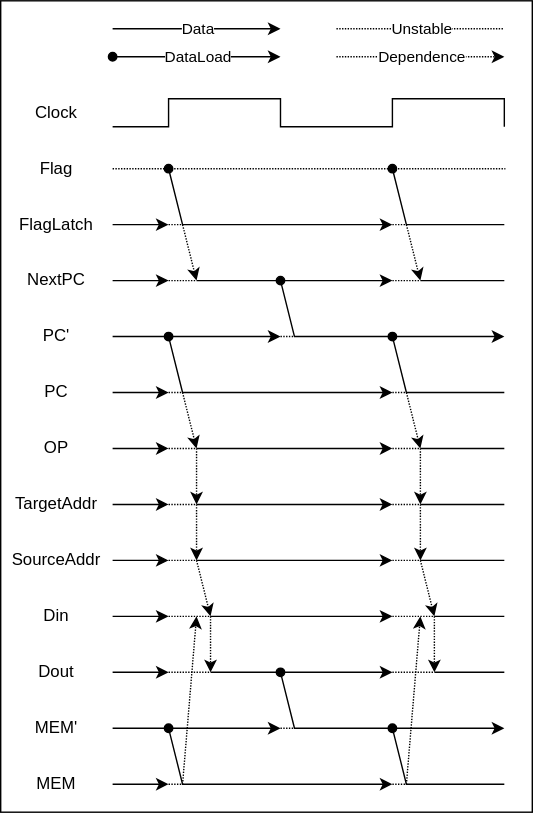
Above: RelayComputer/timing.drawio.svg in Next-MICON/Next-MOCON.github.io (draw.io), before the change. Source tidied: cells renumbered, new cells last; positions are measured from the earlier drawing's top-left corner, leaving out a move shared by most shapes.
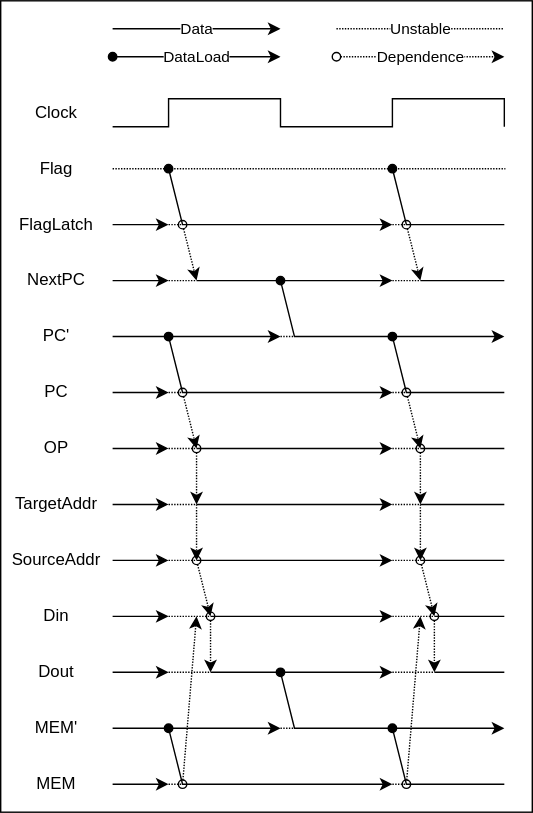
The same diagram one commit later.

Change to the diagram source:
```diff
@@ -179,13 +179,13 @@
         <mxPoint x="290" y="160" as="targetPoint" />
       </mxGeometry>
     </mxCell>
-    <mxCell id="33" style="endArrow=classic;html=1;dashed=1;dashPattern=1 1;" parent="1" edge="1">
+    <mxCell id="33" style="endArrow=classic;html=1;dashed=1;dashPattern=1 1;startArrow=oval;startFill=0;" parent="1" edge="1">
       <mxGeometry relative="1" as="geometry">
         <mxPoint x="130" y="160" as="sourcePoint" />
         <mxPoint x="140" y="200" as="targetPoint" />
       </mxGeometry>
     </mxCell>
-    <mxCell id="34" style="endArrow=classic;html=1;dashed=1;dashPattern=1 1;" parent="1" edge="1">
+    <mxCell id="34" style="endArrow=classic;html=1;dashed=1;dashPattern=1 1;startArrow=oval;startFill=0;" parent="1" edge="1">
       <mxGeometry relative="1" as="geometry">
         <mxPoint x="290" y="160" as="sourcePoint" />
         <mxPoint x="300" y="200" as="targetPoint" />
@@ -221,13 +221,13 @@
         <mxPoint x="300" y="320" as="targetPoint" />
       </mxGeometry>
     </mxCell>
-    <mxCell id="40" style="endArrow=classic;html=1;dashed=1;dashPattern=1 1;" parent="1" edge="1">
+    <mxCell id="40" style="endArrow=classic;html=1;dashed=1;dashPattern=1 1;startArrow=oval;startFill=0;" parent="1" edge="1">
       <mxGeometry relative="1" as="geometry">
         <mxPoint x="130" y="280" as="sourcePoint" />
         <mxPoint x="140" y="320" as="targetPoint" />
       </mxGeometry>
     </mxCell>
-    <mxCell id="41" style="endArrow=classic;html=1;dashed=1;dashPattern=1 1;" parent="1" edge="1">
+    <mxCell id="41" style="endArrow=classic;html=1;dashed=1;dashPattern=1 1;startArrow=oval;startFill=0;" parent="1" edge="1">
       <mxGeometry relative="1" as="geometry">
         <mxPoint x="290" y="280" as="sourcePoint" />
         <mxPoint x="300" y="320" as="targetPoint" />
@@ -272,13 +272,13 @@
         <mxPoint x="300" y="360" as="targetPoint" />
       </mxGeometry>
     </mxCell>
-    <mxCell id="50" style="endArrow=classic;html=1;dashed=1;dashPattern=1 1;" parent="1" edge="1">
+    <mxCell id="50" style="endArrow=classic;html=1;dashed=1;dashPattern=1 1;startArrow=oval;startFill=0;" parent="1" edge="1">
       <mxGeometry relative="1" as="geometry">
         <mxPoint x="140" y="320" as="sourcePoint" />
         <mxPoint x="140" y="360" as="targetPoint" />
       </mxGeometry>
     </mxCell>
-    <mxCell id="51" style="endArrow=classic;html=1;dashed=1;dashPattern=1 1;" parent="1" edge="1">
+    <mxCell id="51" style="endArrow=classic;html=1;dashed=1;dashPattern=1 1;startArrow=oval;startFill=0;" parent="1" edge="1">
       <mxGeometry relative="1" as="geometry">
         <mxPoint x="300" y="320" as="sourcePoint" />
         <mxPoint x="300" y="360" as="targetPoint" />
@@ -386,25 +386,25 @@
         <mxPoint x="310" y="480" as="targetPoint" />
       </mxGeometry>
     </mxCell>
-    <mxCell id="69" style="endArrow=classic;html=1;dashed=1;dashPattern=1 1;" parent="1" edge="1">
+    <mxCell id="69" style="endArrow=classic;html=1;dashed=1;dashPattern=1 1;startArrow=oval;startFill=0;" parent="1" edge="1">
       <mxGeometry relative="1" as="geometry">
         <mxPoint x="140" y="400" as="sourcePoint" />
         <mxPoint x="150" y="440" as="targetPoint" />
       </mxGeometry>
     </mxCell>
-    <mxCell id="70" style="endArrow=classic;html=1;dashed=1;dashPattern=1 1;" parent="1" edge="1">
+    <mxCell id="70" style="endArrow=classic;html=1;dashed=1;dashPattern=1 1;startArrow=oval;startFill=0;" parent="1" edge="1">
       <mxGeometry relative="1" as="geometry">
         <mxPoint x="300" y="400" as="sourcePoint" />
         <mxPoint x="310" y="440" as="targetPoint" />
       </mxGeometry>
     </mxCell>
-    <mxCell id="71" style="endArrow=classic;html=1;dashed=1;dashPattern=1 1;" parent="1" edge="1">
+    <mxCell id="71" style="endArrow=classic;html=1;dashed=1;dashPattern=1 1;startArrow=oval;startFill=0;" parent="1" edge="1">
       <mxGeometry relative="1" as="geometry">
         <mxPoint x="150" y="440" as="sourcePoint" />
         <mxPoint x="150" y="480" as="targetPoint" />
       </mxGeometry>
     </mxCell>
-    <mxCell id="72" style="endArrow=classic;html=1;dashed=1;dashPattern=1 1;" parent="1" edge="1">
+    <mxCell id="72" style="endArrow=classic;html=1;dashed=1;dashPattern=1 1;startArrow=oval;startFill=0;" parent="1" edge="1">
       <mxGeometry relative="1" as="geometry">
         <mxPoint x="310" y="440" as="sourcePoint" />
         <mxPoint x="310" y="480" as="targetPoint" />
@@ -467,19 +467,19 @@
         <mxPoint x="290" y="560" as="targetPoint" />
       </mxGeometry>
     </mxCell>
-    <mxCell id="81" style="endArrow=classic;html=1;dashed=1;dashPattern=1 1;" parent="1" edge="1">
+    <mxCell id="81" style="endArrow=classic;html=1;dashed=1;dashPattern=1 1;startArrow=oval;startFill=0;" parent="1" edge="1">
       <mxGeometry relative="1" as="geometry">
         <mxPoint x="130" y="560" as="sourcePoint" />
         <mxPoint x="140" y="440" as="targetPoint" />
       </mxGeometry>
     </mxCell>
-    <mxCell id="82" style="endArrow=classic;html=1;dashed=1;dashPattern=1 1;" parent="1" edge="1">
+    <mxCell id="82" style="endArrow=classic;html=1;dashed=1;dashPattern=1 1;startArrow=oval;startFill=0;" parent="1" edge="1">
       <mxGeometry relative="1" as="geometry">
         <mxPoint x="290" y="560" as="sourcePoint" />
         <mxPoint x="300" y="440" as="targetPoint" />
       </mxGeometry>
     </mxCell>
-    <mxCell id="83" style="endArrow=classic;html=1;dashed=1;dashPattern=1 1;" parent="1" edge="1">
+    <mxCell id="83" style="endArrow=classic;html=1;dashed=1;dashPattern=1 1;startArrow=oval;startFill=0;" parent="1" edge="1">
       <mxGeometry relative="1" as="geometry">
         <mxPoint x="240" y="40" as="sourcePoint" />
         <mxPoint x="360" y="40" as="targetPoint" />
```
